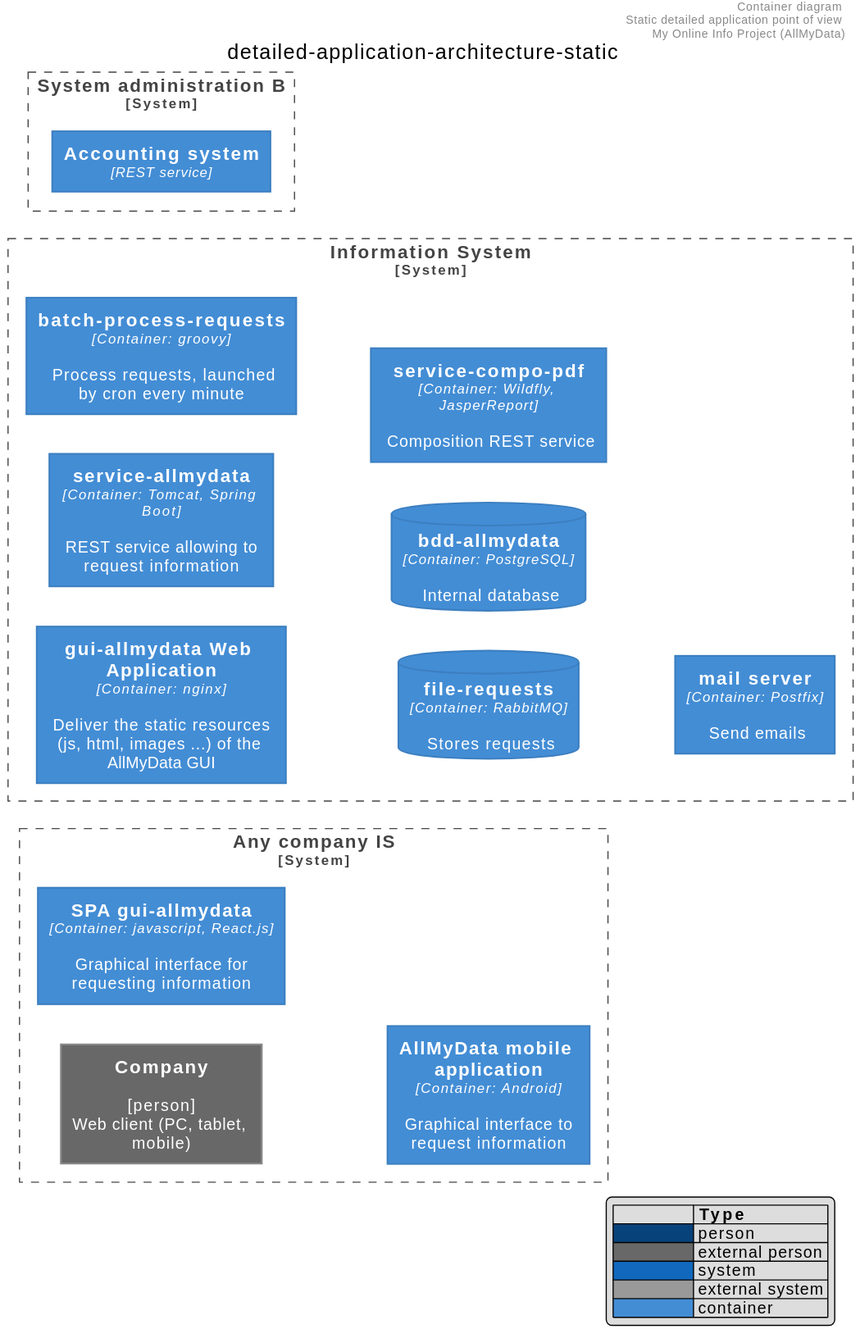
Before: diagrams/detailed-application-architecture-static.svg, a diagram exported from PlantUML (bflorat/architecture-document-template). The source it was exported from:
```plantuml
@startuml
!include C4/C4_Container.puml
LAYOUT_LEFT_RIGHT
skinparam linetype poyline
title detailed-application-architecture-static
header Container diagram \nStatic detailed application point of view \n My Online Info Project (AllMyData)
LAYOUT_WITH_LEGEND()

System_Boundary(company_system, "Any company IS") {
    Person_Ext(company, "Company", "[person] \nWeb client (PC, tablet, mobile)")
    Container(spa, "SPA gui-allmydata", "Container: javascript, React.js", "Graphical interface for requesting information")
    Container(mobile, "AllMyData mobile application", "Container: Android", "Graphical interface to request information")
}

System_Boundary(administration, "System administration B") {
    Container(scompta, "Accounting system", "REST service")
}

System_Boundary(si, "Information System") {
    Container(static_resources, "gui-allmydata Web Application", "Container: nginx", "Deliver the static resources (js, html, images ...) of the AllMyData GUI")
    Container(sm, "service-allmydata", "Container: Tomcat, Spring Boot", "REST service allowing to request information")
    Container(batch, "batch-process-requests", "Container: groovy", "Process requests, launched by cron every minute")
    ContainerDb(file, "file-requests", "Container: RabbitMQ", "Stores requests")
    ContainerDb(bdd, "bdd-allmydata", "Container: PostgreSQL", "Internal database")
    Container(compo, "service-compo-pdf", "Container: Wildfly, JasperReport", "Composition REST service")
    Container(smails, "mail server", "Container: Postfix", "Send emails")
}

@enduml
```
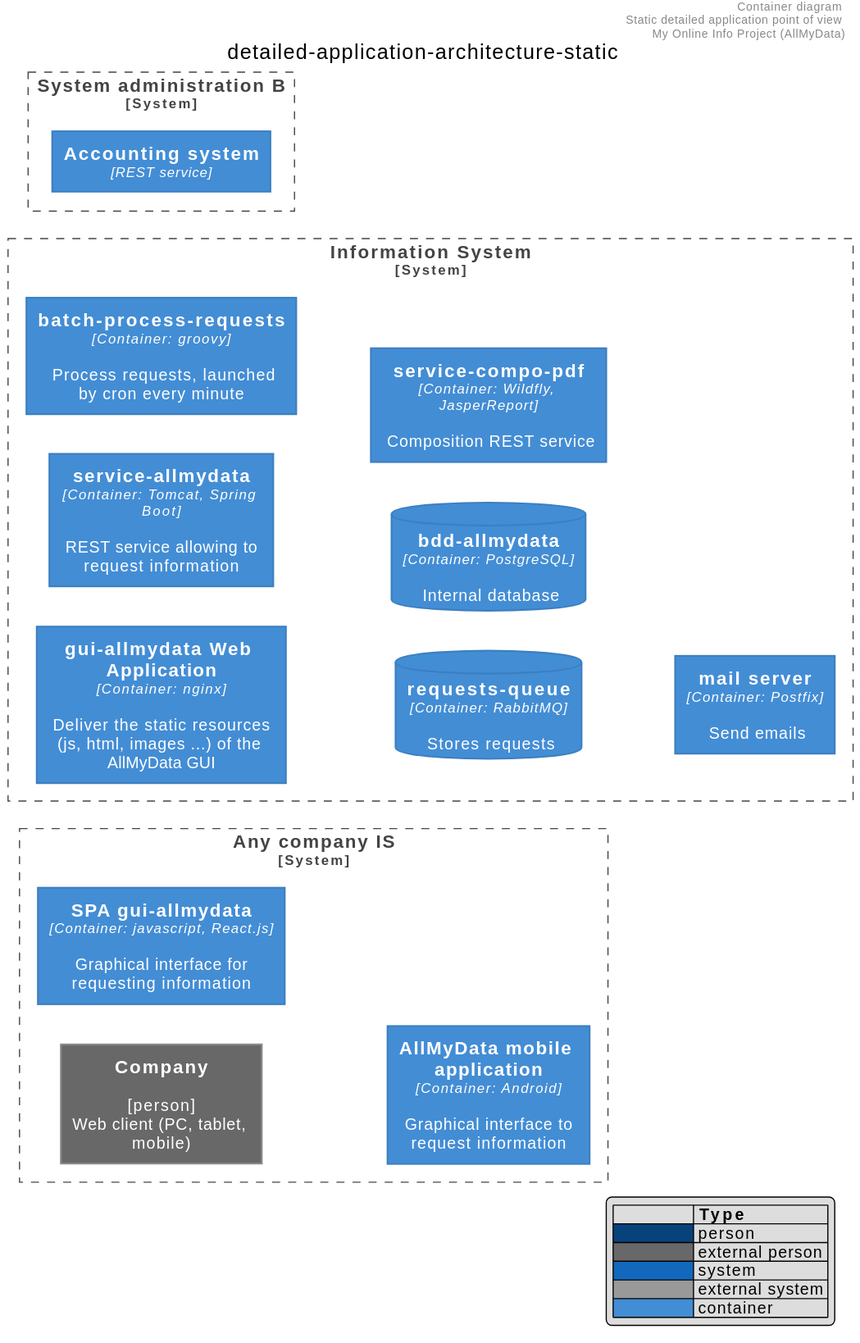
Later version of the same file.

The edit, as a diff of the source:
```diff
@@ -1,7 +1,7 @@
 @startuml
 !include C4/C4_Container.puml
 LAYOUT_LEFT_RIGHT
-skinparam linetype poyline
+skinparam linetype polyline
 title detailed-application-architecture-static
 header Container diagram \nStatic detailed application point of view \n My Online Info Project (AllMyData)
 LAYOUT_WITH_LEGEND()
@@ -20,7 +20,7 @@
     Container(static_resources, "gui-allmydata Web Application", "Container: nginx", "Deliver the static resources (js, html, images ...) of the AllMyData GUI")
     Container(sm, "service-allmydata", "Container: Tomcat, Spring Boot", "REST service allowing to request information")
     Container(batch, "batch-process-requests", "Container: groovy", "Process requests, launched by cron every minute")
-    ContainerDb(file, "file-requests", "Container: RabbitMQ", "Stores requests")
+    ContainerDb(queue, "requests-queue", "Container: RabbitMQ", "Stores requests")
     ContainerDb(bdd, "bdd-allmydata", "Container: PostgreSQL", "Internal database")
     Container(compo, "service-compo-pdf", "Container: Wildfly, JasperReport", "Composition REST service")
     Container(smails, "mail server", "Container: Postfix", "Send emails")
```
